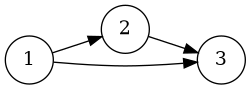
Above: myDigraph.png in Aleksei-Vospennikov/Oriented-graph (Graphviz), before the change. Its source is kept beside it as myDigraph.dot. Source of this version:
```dot
digraph myDigraph {
    rankdir=LR;
    node [shape=circle];
    n0 [label="1"];
    n1 [label="2"];
    n2 [label="3"];
    n0 -> n1;
    n0 -> n2;
    n1 -> n2;
}
```
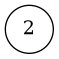
The same diagram one commit later.

What changed in the source:
```diff
@@ -1,10 +1,5 @@
 digraph myDigraph {
     rankdir=LR;
     node [shape=circle];
-    n0 [label="1"];
     n1 [label="2"];
-    n2 [label="3"];
-    n0 -> n1;
-    n0 -> n2;
-    n1 -> n2;
 }
```
